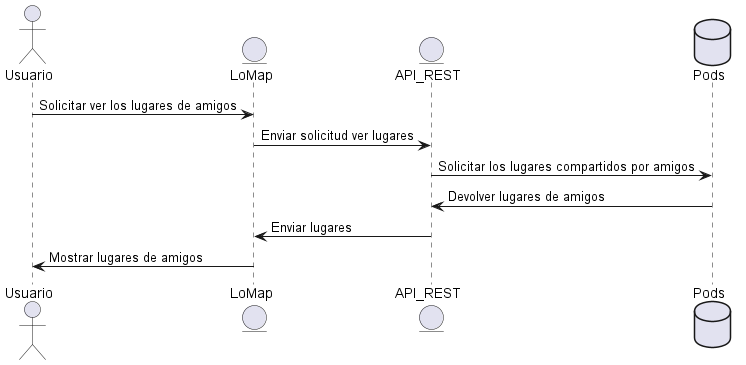
This is images/Sequence diagram9.png from Arquisoft/lomap_es3c, a PlantUML export, as it was before one commit. Source of this version:
```plantuml
@startuml
actor Usuario
entity LoMap
Usuario -> LoMap: Solicitar ver los lugares de amigos
entity API_REST
database Pod as "Pods"
LoMap-> API_REST: Enviar solicitud ver lugares
API_REST-> Pod: Solicitar los lugares compartidos por amigos
Pod-> API_REST: Devolver lugares de amigos
API_REST-> LoMap: Enviar lugares
LoMap-> Usuario: Mostrar lugares de amigos
@enduml
```
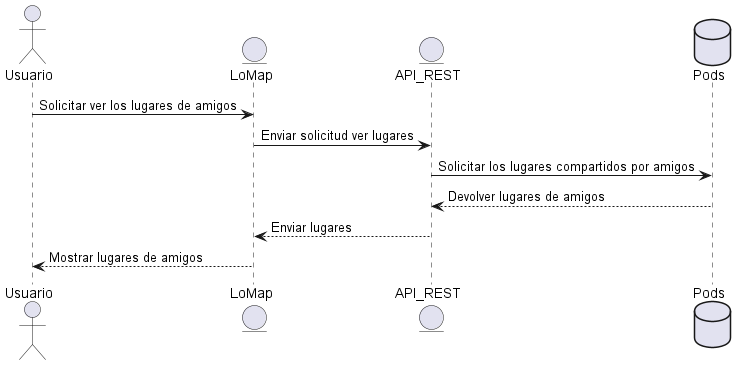
Above is the later version.

Diff of the diagram source:
```diff
@@ -6,7 +6,7 @@
 database Pod as "Pods"
 LoMap-> API_REST: Enviar solicitud ver lugares
 API_REST-> Pod: Solicitar los lugares compartidos por amigos
-Pod-> API_REST: Devolver lugares de amigos
-API_REST-> LoMap: Enviar lugares
-LoMap-> Usuario: Mostrar lugares de amigos
+Pod--> API_REST: Devolver lugares de amigos
+API_REST--> LoMap: Enviar lugares
+LoMap--> Usuario: Mostrar lugares de amigos
 @enduml
```
